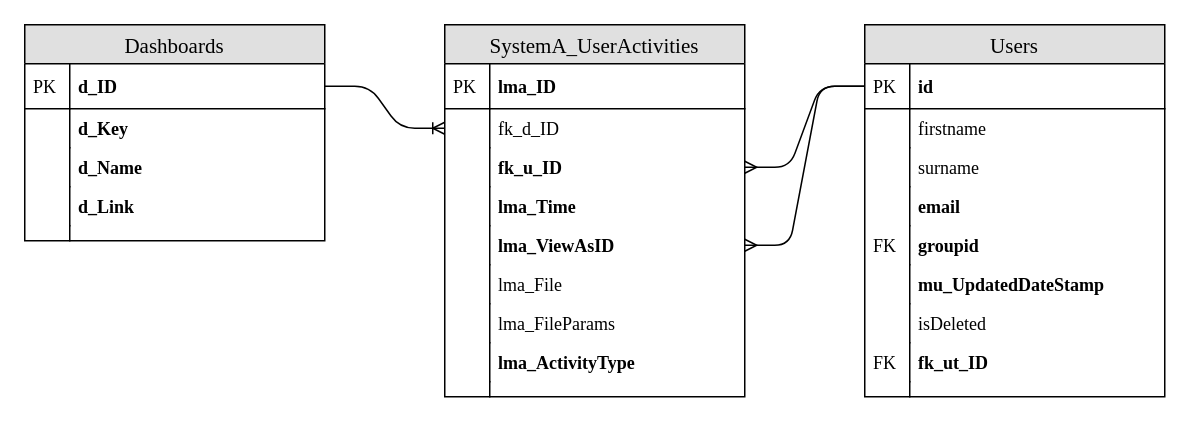
Earlier version of the draw.io diagram Images/Chapter2/SystemA_ERD_Basic/SystemA_ERD_Basic.drawio (CorrieScheepers/Masters). Source tidied: cells renumbered, new cells numbered last; positions are measured from the earlier drawing's top-left corner, leaving out a move shared by most shapes. Both pictures are drawn from the tidied source at 150%, with x=0, y=0 at pixel (24, 24).
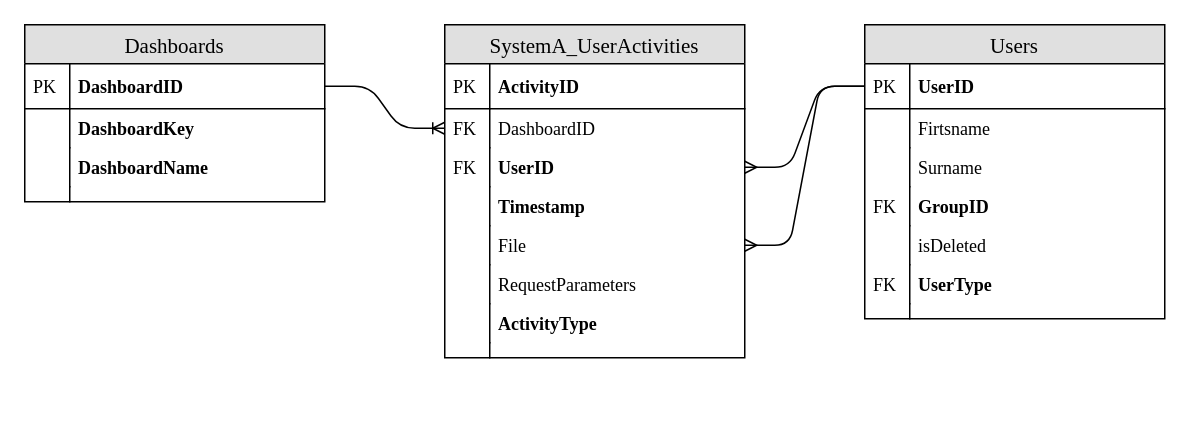
The same diagram, later.

Change to the diagram source:
```diff
@@
     <mxCell id="2" value="Dashboards" style="swimlane;fontStyle=0;horizontal=1;startSize=26;fillColor=#e0e0e0;swimlaneFillColor=#ffffff;align=center;fontSize=14;fontFamily=Times New Roman;" parent="1" vertex="1">
-      <mxGeometry width="200" height="144" as="geometry" />
+      <mxGeometry width="200" height="118" as="geometry" />
     </mxCell>
-    <mxCell id="3" value="d_ID" style="shape=partialRectangle;top=0;left=0;right=0;bottom=1;align=left;verticalAlign=middle;fillColor=none;spacingLeft=34;spacingRight=4;overflow=hidden;points=[[0,0.5],[1,0.5]];portConstraint=eastwest;fontStyle=1;fontSize=12;fontFamily=Times New Roman;" parent="2" vertex="1">
+    <mxCell id="3" value="DashboardID" style="shape=partialRectangle;top=0;left=0;right=0;bottom=1;align=left;verticalAlign=middle;fillColor=none;spacingLeft=34;spacingRight=4;overflow=hidden;points=[[0,0.5],[1,0.5]];portConstraint=eastwest;fontStyle=1;fontSize=12;fontFamily=Times New Roman;" parent="2" vertex="1">
       <mxGeometry y="26" width="200" height="30" as="geometry" />
     </mxCell>
@@
-    <mxCell id="5" value="d_Key" style="shape=partialRectangle;top=0;left=0;right=0;bottom=0;align=left;verticalAlign=top;fillColor=none;spacingLeft=34;spacingRight=4;overflow=hidden;fontSize=12;fontStyle=1;fontFamily=Times New Roman;" parent="2" vertex="1">
+    <mxCell id="5" value="DashboardKey" style="shape=partialRectangle;top=0;left=0;right=0;bottom=0;align=left;verticalAlign=top;fillColor=none;spacingLeft=34;spacingRight=4;overflow=hidden;fontSize=12;fontStyle=1;fontFamily=Times New Roman;" parent="2" vertex="1">
       <mxGeometry y="56" width="200" height="26" as="geometry" />
     </mxCell>
@@
-    <mxCell id="7" value="d_Name" style="shape=partialRectangle;top=0;left=0;right=0;bottom=0;align=left;verticalAlign=top;fillColor=none;spacingLeft=34;spacingRight=4;overflow=hidden;fontSize=12;fontStyle=1;fontFamily=Times New Roman;" parent="2" vertex="1">
+    <mxCell id="7" value="DashboardName" style="shape=partialRectangle;top=0;left=0;right=0;bottom=0;align=left;verticalAlign=top;fillColor=none;spacingLeft=34;spacingRight=4;overflow=hidden;fontSize=12;fontStyle=1;fontFamily=Times New Roman;" parent="2" vertex="1">
       <mxGeometry y="82" width="200" height="26" as="geometry" />
     </mxCell>
@@
-    <mxCell id="9" value="d_Link" style="shape=partialRectangle;top=0;left=0;right=0;bottom=0;align=left;verticalAlign=top;fillColor=none;spacingLeft=34;spacingRight=4;overflow=hidden;fontSize=12;fontStyle=1;fontFamily=Times New Roman;" parent="2" vertex="1">
-      <mxGeometry y="108" width="200" height="26" as="geometry" />
-    </mxCell>
-    <mxCell id="10" style="shape=partialRectangle;top=0;left=0;bottom=0;fillColor=none;align=left;verticalAlign=top;spacingLeft=4;spacingRight=4;overflow=hidden;fontSize=12;fontFamily=Times New Roman;" parent="9" vertex="1">
-      <mxGeometry width="30" height="26" as="geometry" />
-    </mxCell>
     <mxCell id="11" style="shape=partialRectangle;top=0;left=0;right=0;bottom=0;align=left;verticalAlign=top;fillColor=none;spacingLeft=34;spacingRight=4;overflow=hidden;fontSize=12;fontFamily=Times New Roman;" parent="2" vertex="1">
-      <mxGeometry y="134" width="200" height="10" as="geometry" />
+      <mxGeometry y="108" width="200" height="10" as="geometry" />
     </mxCell>
@@
     <mxCell id="13" value="SystemA_UserActivities" style="swimlane;fontStyle=0;horizontal=1;startSize=26;fillColor=#e0e0e0;swimlaneFillColor=#ffffff;align=center;fontSize=14;fontFamily=Times New Roman;" parent="1" vertex="1">
-      <mxGeometry x="280" width="200" height="248" as="geometry" />
+      <mxGeometry x="280" width="200" height="222" as="geometry" />
     </mxCell>
-    <mxCell id="14" value="lma_ID" style="shape=partialRectangle;top=0;left=0;right=0;bottom=1;align=left;verticalAlign=middle;fillColor=none;spacingLeft=34;spacingRight=4;overflow=hidden;fontStyle=1;fontSize=12;fontFamily=Times New Roman;" parent="13" vertex="1">
+    <mxCell id="14" value="ActivityID" style="shape=partialRectangle;top=0;left=0;right=0;bottom=1;align=left;verticalAlign=middle;fillColor=none;spacingLeft=34;spacingRight=4;overflow=hidden;fontStyle=1;fontSize=12;fontFamily=Times New Roman;" parent="13" vertex="1">
       <mxGeometry y="26" width="200" height="30" as="geometry" />
     </mxCell>
@@
-    <mxCell id="16" value="fk_d_ID" style="shape=partialRectangle;top=0;left=0;right=0;bottom=0;align=left;verticalAlign=top;fillColor=none;spacingLeft=34;spacingRight=4;overflow=hidden;points=[[0,0.5],[1,0.5]];portConstraint=eastwest;fontSize=12;fontFamily=Times New Roman;" parent="13" vertex="1">
+    <mxCell id="16" value="DashboardID" style="shape=partialRectangle;top=0;left=0;right=0;bottom=0;align=left;verticalAlign=top;fillColor=none;spacingLeft=34;spacingRight=4;overflow=hidden;points=[[0,0.5],[1,0.5]];portConstraint=eastwest;fontSize=12;fontFamily=Times New Roman;" parent="13" vertex="1">
       <mxGeometry y="56" width="200" height="26" as="geometry" />
     </mxCell>
-    <mxCell id="17" style="shape=partialRectangle;top=0;left=0;bottom=0;fillColor=none;align=left;verticalAlign=top;spacingLeft=4;spacingRight=4;overflow=hidden;fontSize=12;fontFamily=Times New Roman;" parent="16" vertex="1">
+    <mxCell id="17" value="FK" style="shape=partialRectangle;top=0;left=0;bottom=0;fillColor=none;align=left;verticalAlign=top;spacingLeft=4;spacingRight=4;overflow=hidden;fontSize=12;fontFamily=Times New Roman;" parent="16" vertex="1">
       <mxGeometry width="30" height="26" as="geometry" />
     </mxCell>
-    <mxCell id="18" value="fk_u_ID" style="shape=partialRectangle;top=0;left=0;right=0;bottom=0;align=left;verticalAlign=top;fillColor=none;spacingLeft=34;spacingRight=4;overflow=hidden;points=[[0,0.5],[1,0.5]];portConstraint=eastwest;fontSize=12;fontStyle=1;fontFamily=Times New Roman;" parent="13" vertex="1">
+    <mxCell id="18" value="UserID" style="shape=partialRectangle;top=0;left=0;right=0;bottom=0;align=left;verticalAlign=top;fillColor=none;spacingLeft=34;spacingRight=4;overflow=hidden;points=[[0,0.5],[1,0.5]];portConstraint=eastwest;fontSize=12;fontStyle=1;fontFamily=Times New Roman;" parent="13" vertex="1">
       <mxGeometry y="82" width="200" height="26" as="geometry" />
     </mxCell>
-    <mxCell id="19" style="shape=partialRectangle;top=0;left=0;bottom=0;fillColor=none;align=left;verticalAlign=top;spacingLeft=4;spacingRight=4;overflow=hidden;fontSize=12;fontFamily=Times New Roman;" parent="18" vertex="1">
+    <mxCell id="19" value="FK" style="shape=partialRectangle;top=0;left=0;bottom=0;fillColor=none;align=left;verticalAlign=top;spacingLeft=4;spacingRight=4;overflow=hidden;fontSize=12;fontFamily=Times New Roman;" parent="18" vertex="1">
       <mxGeometry width="30" height="26" as="geometry" />
     </mxCell>
-    <mxCell id="20" value="lma_Time" style="shape=partialRectangle;top=0;left=0;right=0;bottom=0;align=left;verticalAlign=top;fillColor=none;spacingLeft=34;spacingRight=4;overflow=hidden;fontSize=12;fontStyle=1;fontFamily=Times New Roman;" parent="13" vertex="1">
+    <mxCell id="20" value="Timestamp" style="shape=partialRectangle;top=0;left=0;right=0;bottom=0;align=left;verticalAlign=top;fillColor=none;spacingLeft=34;spacingRight=4;overflow=hidden;fontSize=12;fontStyle=1;fontFamily=Times New Roman;" parent="13" vertex="1">
       <mxGeometry y="108" width="200" height="26" as="geometry" />
     </mxCell>
@@
-    <mxCell id="22" value="lma_ViewAsID" style="shape=partialRectangle;top=0;left=0;right=0;bottom=0;align=left;verticalAlign=top;fillColor=none;spacingLeft=34;spacingRight=4;overflow=hidden;points=[[0,0.5],[1,0.5]];portConstraint=eastwest;fontSize=12;fontStyle=1;fontFamily=Times New Roman;" parent="13" vertex="1">
-      <mxGeometry y="134" width="200" height="26" as="geometry" />
-    </mxCell>
-    <mxCell id="23" style="shape=partialRectangle;top=0;left=0;bottom=0;fillColor=none;align=left;verticalAlign=top;spacingLeft=4;spacingRight=4;overflow=hidden;fontSize=12;fontFamily=Times New Roman;" parent="22" vertex="1">
-      <mxGeometry width="30" height="26" as="geometry" />
-    </mxCell>
-    <mxCell id="24" value="lma_File" style="shape=partialRectangle;top=0;left=0;right=0;bottom=0;align=left;verticalAlign=top;fillColor=none;spacingLeft=34;spacingRight=4;overflow=hidden;fontSize=12;fontFamily=Times New Roman;" parent="13" vertex="1">
-      <mxGeometry y="160" width="200" height="26" as="geometry" />
+    <mxCell id="24" value="File" style="shape=partialRectangle;top=0;left=0;right=0;bottom=0;align=left;verticalAlign=top;fillColor=none;spacingLeft=34;spacingRight=4;overflow=hidden;fontSize=12;fontFamily=Times New Roman;" parent="13" vertex="1">
+      <mxGeometry y="134" width="200" height="26" as="geometry" />
     </mxCell>
@@
-    <mxCell id="26" value="lma_FileParams" style="shape=partialRectangle;top=0;left=0;right=0;bottom=0;align=left;verticalAlign=top;fillColor=none;spacingLeft=34;spacingRight=4;overflow=hidden;fontSize=12;fontFamily=Times New Roman;" parent="13" vertex="1">
-      <mxGeometry y="186" width="200" height="26" as="geometry" />
+    <mxCell id="26" value="RequestParameters" style="shape=partialRectangle;top=0;left=0;right=0;bottom=0;align=left;verticalAlign=top;fillColor=none;spacingLeft=34;spacingRight=4;overflow=hidden;fontSize=12;fontFamily=Times New Roman;" parent="13" vertex="1">
+      <mxGeometry y="160" width="200" height="26" as="geometry" />
     </mxCell>
@@
-    <mxCell id="28" value="lma_ActivityType" style="shape=partialRectangle;top=0;left=0;right=0;bottom=0;align=left;verticalAlign=top;fillColor=none;spacingLeft=34;spacingRight=4;overflow=hidden;fontSize=12;fontStyle=1;fontFamily=Times New Roman;" parent="13" vertex="1">
-      <mxGeometry y="212" width="200" height="26" as="geometry" />
+    <mxCell id="28" value="ActivityType" style="shape=partialRectangle;top=0;left=0;right=0;bottom=0;align=left;verticalAlign=top;fillColor=none;spacingLeft=34;spacingRight=4;overflow=hidden;fontSize=12;fontStyle=1;fontFamily=Times New Roman;" parent="13" vertex="1">
+      <mxGeometry y="186" width="200" height="26" as="geometry" />
     </mxCell>
@@
     <mxCell id="30" style="shape=partialRectangle;top=0;left=0;right=0;bottom=0;align=left;verticalAlign=top;fillColor=none;spacingLeft=34;spacingRight=4;overflow=hidden;fontSize=12;fontFamily=Times New Roman;" parent="13" vertex="1">
-      <mxGeometry y="238" width="200" height="10" as="geometry" />
+      <mxGeometry y="212" width="200" height="10" as="geometry" />
     </mxCell>
@@
     <mxCell id="32" value="Users" style="swimlane;fontStyle=0;horizontal=1;startSize=26;fillColor=#e0e0e0;swimlaneFillColor=#ffffff;align=center;fontSize=14;fontFamily=Times New Roman;" parent="1" vertex="1">
-      <mxGeometry x="560" width="200" height="248" as="geometry" />
+      <mxGeometry x="560" width="200" height="196" as="geometry" />
     </mxCell>
-    <mxCell id="33" value="id" style="shape=partialRectangle;top=0;left=0;right=0;bottom=1;align=left;verticalAlign=middle;fillColor=none;spacingLeft=34;spacingRight=4;overflow=hidden;points=[[0,0.5],[1,0.5]];portConstraint=eastwest;fontStyle=1;fontSize=12;fontFamily=Times New Roman;" parent="32" vertex="1">
+    <mxCell id="33" value="UserID" style="shape=partialRectangle;top=0;left=0;right=0;bottom=1;align=left;verticalAlign=middle;fillColor=none;spacingLeft=34;spacingRight=4;overflow=hidden;points=[[0,0.5],[1,0.5]];portConstraint=eastwest;fontStyle=1;fontSize=12;fontFamily=Times New Roman;" parent="32" vertex="1">
       <mxGeometry y="26" width="200" height="30" as="geometry" />
     </mxCell>
@@
-    <mxCell id="35" value="firstname" style="shape=partialRectangle;top=0;left=0;right=0;bottom=0;align=left;verticalAlign=top;fillColor=none;spacingLeft=34;spacingRight=4;overflow=hidden;fontSize=12;fontFamily=Times New Roman;" parent="32" vertex="1">
+    <mxCell id="35" value="Firtsname" style="shape=partialRectangle;top=0;left=0;right=0;bottom=0;align=left;verticalAlign=top;fillColor=none;spacingLeft=34;spacingRight=4;overflow=hidden;fontSize=12;fontFamily=Times New Roman;" parent="32" vertex="1">
       <mxGeometry y="56" width="200" height="26" as="geometry" />
     </mxCell>
@@
-    <mxCell id="37" value="surname" style="shape=partialRectangle;top=0;left=0;right=0;bottom=0;align=left;verticalAlign=top;fillColor=none;spacingLeft=34;spacingRight=4;overflow=hidden;fontSize=12;fontFamily=Times New Roman;" parent="32" vertex="1">
+    <mxCell id="37" value="Surname" style="shape=partialRectangle;top=0;left=0;right=0;bottom=0;align=left;verticalAlign=top;fillColor=none;spacingLeft=34;spacingRight=4;overflow=hidden;fontSize=12;fontFamily=Times New Roman;" parent="32" vertex="1">
       <mxGeometry y="82" width="200" height="26" as="geometry" />
     </mxCell>
@@
-    <mxCell id="39" value="email" style="shape=partialRectangle;top=0;left=0;right=0;bottom=0;align=left;verticalAlign=top;fillColor=none;spacingLeft=34;spacingRight=4;overflow=hidden;fontSize=12;fontStyle=1;fontFamily=Times New Roman;" parent="32" vertex="1">
-      <mxGeometry y="108" width="200" height="26" as="geometry" />
-    </mxCell>
-    <mxCell id="40" style="shape=partialRectangle;top=0;left=0;bottom=0;fillColor=none;align=left;verticalAlign=top;spacingLeft=4;spacingRight=4;overflow=hidden;fontSize=12;fontFamily=Times New Roman;" parent="39" vertex="1">
-      <mxGeometry width="30" height="26" as="geometry" />
-    </mxCell>
-    <mxCell id="41" value="groupid" style="shape=partialRectangle;top=0;left=0;right=0;bottom=0;align=left;verticalAlign=top;fillColor=none;spacingLeft=34;spacingRight=4;overflow=hidden;fontSize=12;fontStyle=1;fontFamily=Times New Roman;" parent="32" vertex="1">
-      <mxGeometry y="134" width="200" height="26" as="geometry" />
+    <mxCell id="41" value="GroupID" style="shape=partialRectangle;top=0;left=0;right=0;bottom=0;align=left;verticalAlign=top;fillColor=none;spacingLeft=34;spacingRight=4;overflow=hidden;fontSize=12;fontStyle=1;fontFamily=Times New Roman;" parent="32" vertex="1">
+      <mxGeometry y="108" width="200" height="26" as="geometry" />
     </mxCell>
@@
-    <mxCell id="43" value="mu_UpdatedDateStamp" style="shape=partialRectangle;top=0;left=0;right=0;bottom=0;align=left;verticalAlign=top;fillColor=none;spacingLeft=34;spacingRight=4;overflow=hidden;fontSize=12;fontStyle=1;fontFamily=Times New Roman;" parent="32" vertex="1">
-      <mxGeometry y="160" width="200" height="26" as="geometry" />
-    </mxCell>
-    <mxCell id="44" style="shape=partialRectangle;top=0;left=0;bottom=0;fillColor=none;align=left;verticalAlign=top;spacingLeft=4;spacingRight=4;overflow=hidden;fontSize=12;fontFamily=Times New Roman;" parent="43" vertex="1">
-      <mxGeometry width="30" height="26" as="geometry" />
-    </mxCell>
     <mxCell id="45" value="isDeleted" style="shape=partialRectangle;top=0;left=0;right=0;bottom=0;align=left;verticalAlign=top;fillColor=none;spacingLeft=34;spacingRight=4;overflow=hidden;fontSize=12;fontFamily=Times New Roman;" parent="32" vertex="1">
-      <mxGeometry y="186" width="200" height="26" as="geometry" />
+      <mxGeometry y="134" width="200" height="26" as="geometry" />
     </mxCell>
@@
-    <mxCell id="47" value="fk_ut_ID" style="shape=partialRectangle;top=0;left=0;right=0;bottom=0;align=left;verticalAlign=top;fillColor=none;spacingLeft=34;spacingRight=4;overflow=hidden;fontSize=12;fontStyle=1;fontFamily=Times New Roman;" parent="32" vertex="1">
-      <mxGeometry y="212" width="200" height="26" as="geometry" />
+    <mxCell id="47" value="UserType" style="shape=partialRectangle;top=0;left=0;right=0;bottom=0;align=left;verticalAlign=top;fillColor=none;spacingLeft=34;spacingRight=4;overflow=hidden;fontSize=12;fontStyle=1;fontFamily=Times New Roman;" parent="32" vertex="1">
+      <mxGeometry y="160" width="200" height="26" as="geometry" />
     </mxCell>
@@
     <mxCell id="49" style="shape=partialRectangle;top=0;left=0;right=0;bottom=0;align=left;verticalAlign=top;fillColor=none;spacingLeft=34;spacingRight=4;overflow=hidden;fontSize=12;fontFamily=Times New Roman;" parent="32" vertex="1">
-      <mxGeometry y="238" width="200" height="10" as="geometry" />
+      <mxGeometry y="186" width="200" height="10" as="geometry" />
     </mxCell>
@@
-    <mxCell id="53" style="edgeStyle=entityRelationEdgeStyle;fontSize=12;html=1;endArrow=none;exitX=1;exitY=0.5;exitDx=0;exitDy=0;entryX=0;entryY=0.5;entryDx=0;entryDy=0;endFill=0;startArrow=ERmany;startFill=0;fontFamily=Times New Roman;" parent="1" edge="1" source="22" target="33">
-      <mxGeometry relative="1" as="geometry" />
+    <mxCell id="53" style="edgeStyle=entityRelationEdgeStyle;fontSize=12;html=1;endArrow=none;exitX=1;exitY=0.5;exitDx=0;exitDy=0;entryX=0;entryY=0.5;entryDx=0;entryDy=0;endFill=0;startArrow=ERmany;startFill=0;fontFamily=Times New Roman;" parent="1" edge="1" target="33">
+      <mxGeometry relative="1" as="geometry">
+        <mxPoint x="480" y="147" as="sourcePoint" />
+      </mxGeometry>
     </mxCell>
```
